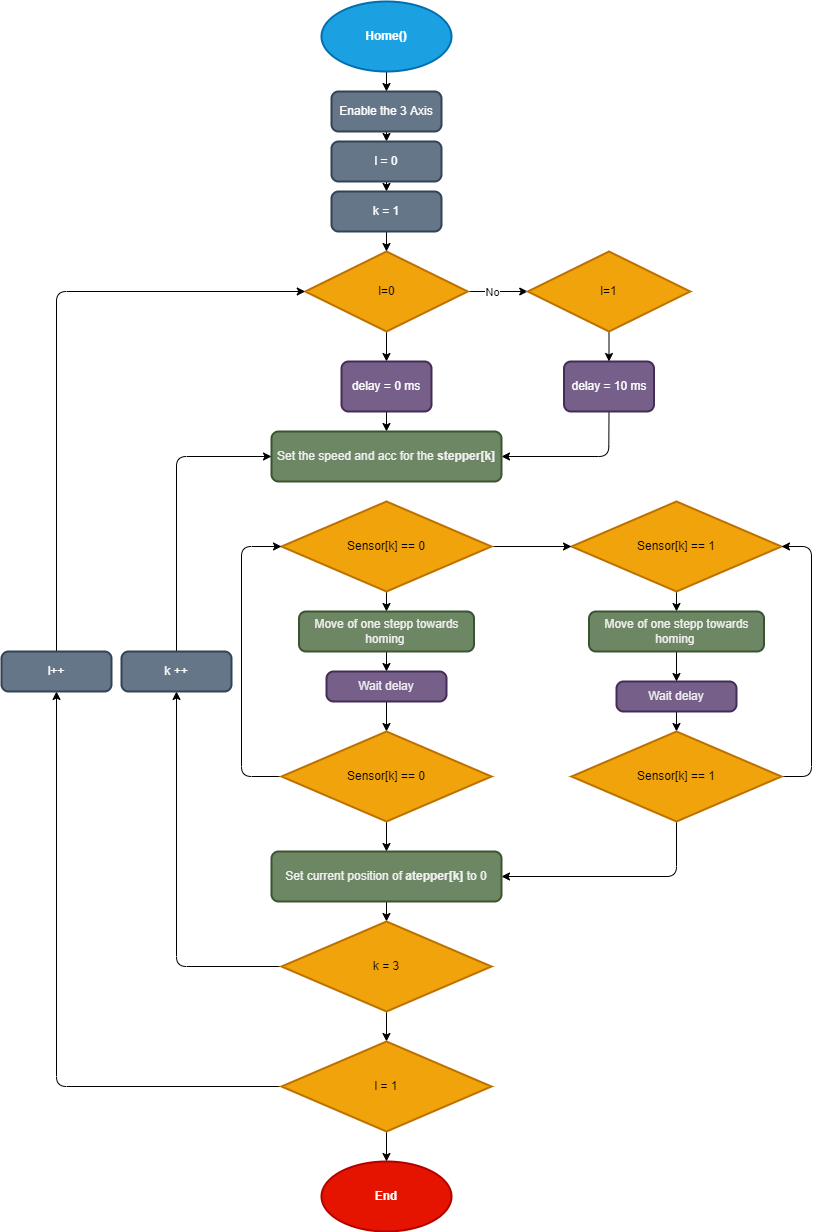
Earlier version of the draw.io export Flow charts/Home().png (Thibault-GILLARD/Blue_Robot_2022). Source tidied: cells renumbered, new cells last; positions are measured from the earlier drawing's top-left corner, leaving out a move shared by most shapes.
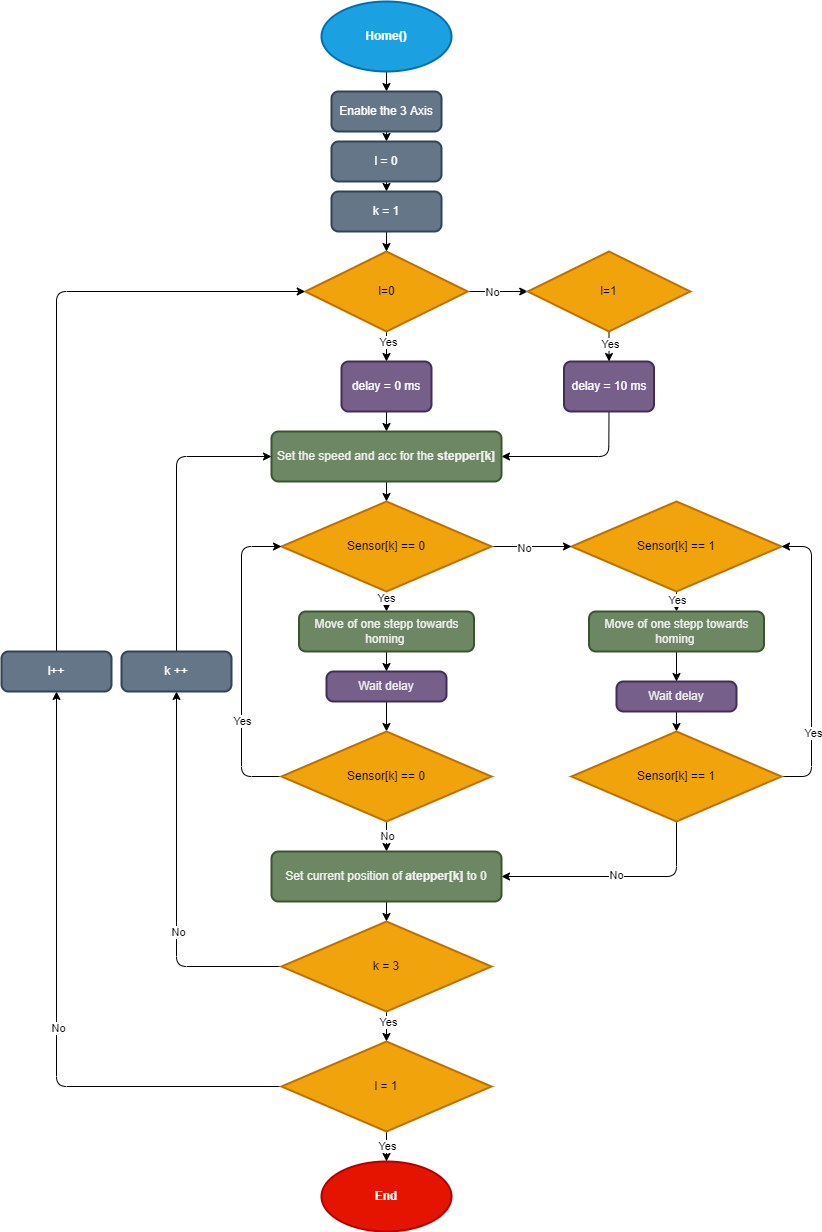
After the change.

Change to the diagram source:
```diff
@@ -29,12 +29,18 @@
     <mxCell id="10" style="edgeStyle=none;html=1;exitX=0.5;exitY=1;exitDx=0;exitDy=0;exitPerimeter=0;entryX=0.5;entryY=0;entryDx=0;entryDy=0;rounded=1;" parent="1" edge="1" source="11" target="15">
       <mxGeometry relative="1" as="geometry" />
     </mxCell>
+    <mxCell id="53" value="Yes" style="edgeLabel;html=1;align=center;verticalAlign=middle;" parent="10" vertex="1">
+      <mxGeometry x="-0.4" y="1" relative="1" as="geometry" />
+    </mxCell>
     <mxCell id="11" value="l=0" style="strokeWidth=2;html=1;shape=mxgraph.flowchart.decision;whiteSpace=wrap;labelBackgroundColor=none;fontSize=12;fontColor=#000000;fillColor=#f0a30a;strokeColor=#BD7000;rounded=1;" parent="1" vertex="1">
       <mxGeometry x="303.8" y="250" width="162.5" height="80" as="geometry" />
     </mxCell>
     <mxCell id="12" style="edgeStyle=none;html=1;exitX=0.5;exitY=1;exitDx=0;exitDy=0;exitPerimeter=0;entryX=0.5;entryY=0;entryDx=0;entryDy=0;rounded=1;" parent="1" edge="1" source="13" target="17">
       <mxGeometry relative="1" as="geometry" />
     </mxCell>
+    <mxCell id="54" value="Yes" style="edgeLabel;html=1;align=center;verticalAlign=middle;" parent="12" vertex="1">
+      <mxGeometry x="-0.21" relative="1" as="geometry" />
+    </mxCell>
     <mxCell id="13" value="l=1" style="strokeWidth=2;html=1;shape=mxgraph.flowchart.decision;whiteSpace=wrap;labelBackgroundColor=none;fontSize=12;fontColor=#000000;fillColor=#f0a30a;strokeColor=#BD7000;rounded=1;" parent="1" vertex="1">
       <mxGeometry x="526.2" y="250" width="162.5" height="80" as="geometry" />
     </mxCell>
@@ -60,6 +66,9 @@
     <mxCell id="19" value="k = 1" style="rounded=1;whiteSpace=wrap;html=1;absoluteArcSize=1;arcSize=14;strokeWidth=2;labelBackgroundColor=none;fontSize=12;fontColor=#ffffff;fillColor=#647687;strokeColor=#314354;" parent="1" vertex="1">
       <mxGeometry x="330" y="190" width="110" height="40" as="geometry" />
     </mxCell>
+    <mxCell id="55" style="edgeStyle=none;html=1;exitX=0.5;exitY=1;exitDx=0;exitDy=0;entryX=0.5;entryY=0;entryDx=0;entryDy=0;entryPerimeter=0;" parent="1" edge="1" source="20" target="27">
+      <mxGeometry relative="1" as="geometry" />
+    </mxCell>
     <mxCell id="20" value="&lt;span style=&quot;color: rgb(240 , 240 , 240)&quot;&gt;Set the speed and acc for the &lt;b&gt;stepper[k]&lt;/b&gt;&lt;/span&gt;" style="rounded=1;whiteSpace=wrap;html=1;absoluteArcSize=1;arcSize=14;strokeWidth=2;labelBackgroundColor=none;fontSize=12;fontColor=#ffffff;fillColor=#6d8764;strokeColor=#3A5431;" parent="1" vertex="1">
       <mxGeometry x="270" y="430" width="230" height="50" as="geometry" />
     </mxCell>
@@ -72,15 +81,24 @@
     <mxCell id="23" style="edgeStyle=none;html=1;exitX=0.5;exitY=1;exitDx=0;exitDy=0;exitPerimeter=0;entryX=0.5;entryY=0;entryDx=0;entryDy=0;rounded=1;" parent="1" edge="1" source="24" target="39">
       <mxGeometry relative="1" as="geometry" />
     </mxCell>
+    <mxCell id="56" value="Yes" style="edgeLabel;html=1;align=center;verticalAlign=middle;" parent="23" vertex="1">
+      <mxGeometry x="-0.29" relative="1" as="geometry" />
+    </mxCell>
     <mxCell id="24" value="Sensor[k] == 1" style="strokeWidth=2;html=1;shape=mxgraph.flowchart.decision;whiteSpace=wrap;labelBackgroundColor=none;fontSize=12;fontColor=#000000;fillColor=#f0a30a;strokeColor=#BD7000;rounded=1;" parent="1" vertex="1">
       <mxGeometry x="570" y="500" width="210" height="90" as="geometry" />
     </mxCell>
     <mxCell id="25" style="edgeStyle=none;html=1;exitX=1;exitY=0.5;exitDx=0;exitDy=0;exitPerimeter=0;entryX=0;entryY=0.5;entryDx=0;entryDy=0;entryPerimeter=0;rounded=1;" parent="1" edge="1" source="27" target="24">
       <mxGeometry relative="1" as="geometry" />
     </mxCell>
+    <mxCell id="57" value="No" style="edgeLabel;html=1;align=center;verticalAlign=middle;" parent="25" vertex="1">
+      <mxGeometry x="-0.21" y="-1" relative="1" as="geometry" />
+    </mxCell>
     <mxCell id="26" style="edgeStyle=none;html=1;exitX=0.5;exitY=1;exitDx=0;exitDy=0;exitPerimeter=0;entryX=0.5;entryY=0;entryDx=0;entryDy=0;rounded=1;" parent="1" edge="1" source="27" target="37">
       <mxGeometry relative="1" as="geometry" />
     </mxCell>
+    <mxCell id="58" value="Yes" style="edgeLabel;html=1;align=center;verticalAlign=middle;" parent="26" vertex="1">
+      <mxGeometry x="-0.36" y="-1" relative="1" as="geometry" />
+    </mxCell>
     <mxCell id="27" value="Sensor[k] == 0" style="strokeWidth=2;html=1;shape=mxgraph.flowchart.decision;whiteSpace=wrap;labelBackgroundColor=none;fontSize=12;fontColor=#000000;fillColor=#f0a30a;strokeColor=#BD7000;rounded=1;" parent="1" vertex="1">
       <mxGeometry x="280" y="500" width="210" height="90" as="geometry" />
     </mxCell>
@@ -98,9 +116,15 @@
         </Array>
       </mxGeometry>
     </mxCell>
+    <mxCell id="59" value="Yes" style="edgeLabel;html=1;align=center;verticalAlign=middle;" parent="30" vertex="1">
+      <mxGeometry x="-0.38" relative="1" as="geometry" />
+    </mxCell>
     <mxCell id="31" style="edgeStyle=none;html=1;exitX=0.5;exitY=1;exitDx=0;exitDy=0;exitPerimeter=0;entryX=0.5;entryY=0;entryDx=0;entryDy=0;rounded=1;" parent="1" edge="1" source="32" target="41">
       <mxGeometry relative="1" as="geometry" />
     </mxCell>
+    <mxCell id="60" value="No" style="edgeLabel;html=1;align=center;verticalAlign=middle;" parent="31" vertex="1">
+      <mxGeometry x="-0.12" relative="1" as="geometry" />
+    </mxCell>
     <mxCell id="32" value="Sensor[k] == 0" style="strokeWidth=2;html=1;shape=mxgraph.flowchart.decision;whiteSpace=wrap;labelBackgroundColor=none;fontSize=12;fontColor=#000000;fillColor=#f0a30a;strokeColor=#BD7000;rounded=1;" parent="1" vertex="1">
       <mxGeometry x="280" y="730" width="210" height="90" as="geometry" />
     </mxCell>
@@ -112,6 +136,9 @@
         </Array>
       </mxGeometry>
     </mxCell>
+    <mxCell id="61" value="Yes" style="edgeLabel;html=1;align=center;verticalAlign=middle;" parent="33" vertex="1">
+      <mxGeometry x="-0.49" y="-1" relative="1" as="geometry" />
+    </mxCell>
     <mxCell id="34" style="edgeStyle=none;html=1;exitX=0.5;exitY=1;exitDx=0;exitDy=0;exitPerimeter=0;entryX=1;entryY=0.5;entryDx=0;entryDy=0;rounded=1;" parent="1" edge="1" source="35" target="41">
       <mxGeometry relative="1" as="geometry">
         <Array as="points">
@@ -119,6 +146,9 @@
         </Array>
       </mxGeometry>
     </mxCell>
+    <mxCell id="62" value="No" style="edgeLabel;html=1;align=center;verticalAlign=middle;" parent="34" vertex="1">
+      <mxGeometry x="0.02" y="-2" relative="1" as="geometry" />
+    </mxCell>
     <mxCell id="35" value="Sensor[k] == 1" style="strokeWidth=2;html=1;shape=mxgraph.flowchart.decision;whiteSpace=wrap;labelBackgroundColor=none;fontSize=12;fontColor=#000000;fillColor=#f0a30a;strokeColor=#BD7000;rounded=1;" parent="1" vertex="1">
       <mxGeometry x="570" y="730" width="210" height="90" as="geometry" />
     </mxCell>
@@ -147,9 +177,15 @@
         </Array>
       </mxGeometry>
     </mxCell>
+    <mxCell id="63" value="No" style="edgeLabel;html=1;align=center;verticalAlign=middle;" parent="42" vertex="1">
+      <mxGeometry x="-0.27" y="-1" relative="1" as="geometry" />
+    </mxCell>
     <mxCell id="43" style="edgeStyle=none;html=1;exitX=0.5;exitY=1;exitDx=0;exitDy=0;exitPerimeter=0;entryX=0.5;entryY=0;entryDx=0;entryDy=0;entryPerimeter=0;rounded=1;" parent="1" edge="1" source="44" target="48">
       <mxGeometry relative="1" as="geometry" />
     </mxCell>
+    <mxCell id="64" value="Yes" style="edgeLabel;html=1;align=center;verticalAlign=middle;" parent="43" vertex="1">
+      <mxGeometry x="-0.3" y="1" relative="1" as="geometry" />
+    </mxCell>
     <mxCell id="44" value="k = 3" style="strokeWidth=2;html=1;shape=mxgraph.flowchart.decision;whiteSpace=wrap;labelBackgroundColor=none;fontSize=12;fontColor=#000000;fillColor=#f0a30a;strokeColor=#BD7000;rounded=1;" parent="1" vertex="1">
       <mxGeometry x="280" y="920" width="210" height="90" as="geometry" />
     </mxCell>
@@ -163,9 +199,15 @@
         </Array>
       </mxGeometry>
     </mxCell>
+    <mxCell id="65" value="No" style="edgeLabel;html=1;align=center;verticalAlign=middle;" parent="46" vertex="1">
+      <mxGeometry x="-0.08" y="-1" relative="1" as="geometry" />
+    </mxCell>
     <mxCell id="47" style="edgeStyle=none;html=1;exitX=0.5;exitY=1;exitDx=0;exitDy=0;exitPerimeter=0;entryX=0.5;entryY=0;entryDx=0;entryDy=0;entryPerimeter=0;rounded=1;" parent="1" edge="1" source="48" target="45">
       <mxGeometry relative="1" as="geometry" />
     </mxCell>
+    <mxCell id="66" value="Yes" style="edgeLabel;html=1;align=center;verticalAlign=middle;" parent="47" vertex="1">
+      <mxGeometry x="-0.13" relative="1" as="geometry" />
+    </mxCell>
     <mxCell id="48" value="l = 1" style="strokeWidth=2;html=1;shape=mxgraph.flowchart.decision;whiteSpace=wrap;labelBackgroundColor=none;fontSize=12;fontColor=#000000;fillColor=#f0a30a;strokeColor=#BD7000;rounded=1;" parent="1" vertex="1">
       <mxGeometry x="280" y="1040" width="210" height="90" as="geometry" />
     </mxCell>
```
